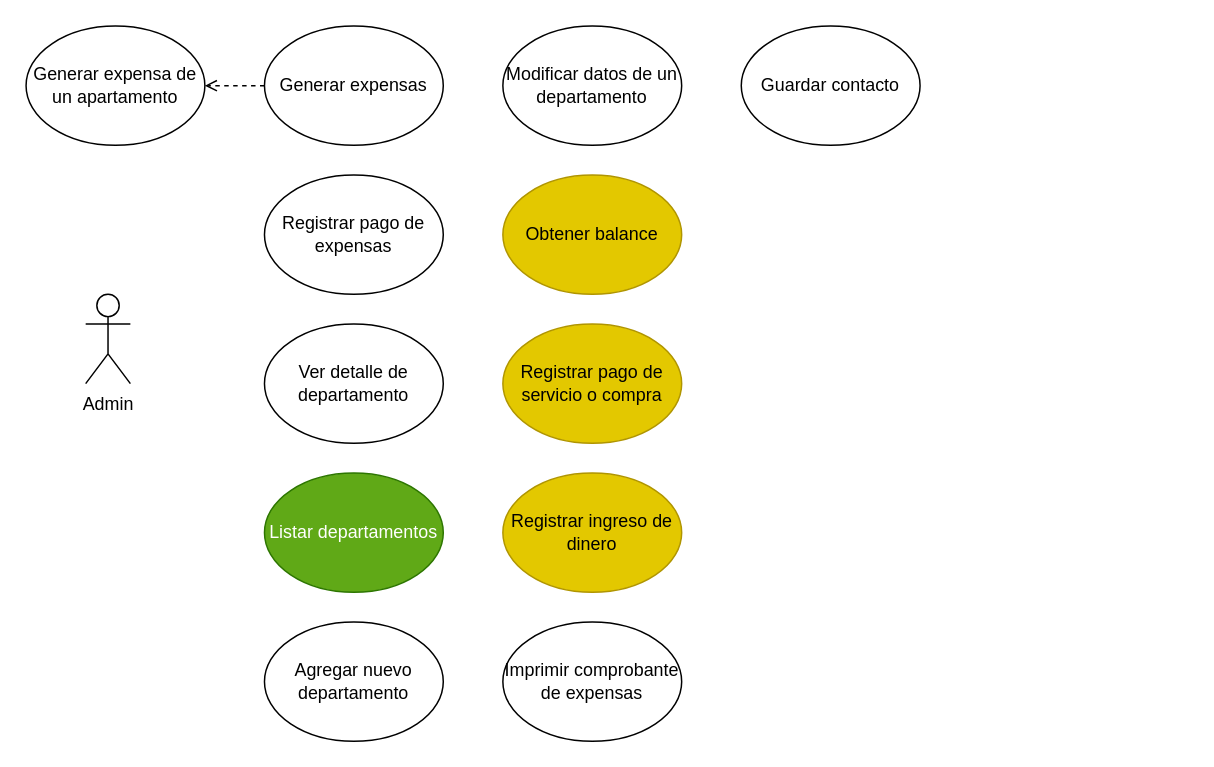
The draw.io diagram docs/usecases.drawio in elmiguedev/expensoides, before the edit. Source tidied: cells renumbered, new cells numbered last; positions are measured from the earlier drawing's top-left corner, leaving out a move shared by most shapes. Both pictures are drawn from the tidied source at 149%, with x=0, y=0 at pixel (25, 25).
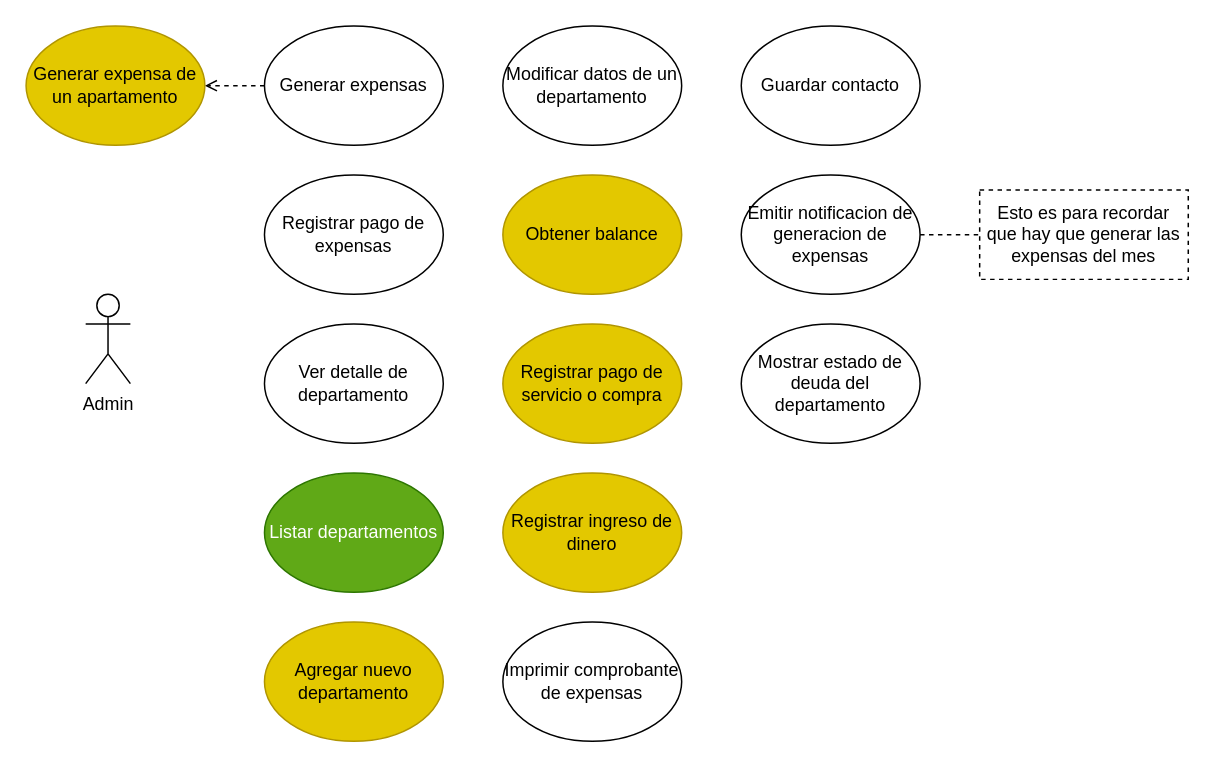
The same diagram, later.

Change to the diagram source:
```diff
@@
-    <mxCell id="8" value="Agregar nuevo departamento" style="ellipse;whiteSpace=wrap;html=1;" parent="1" vertex="1">
+    <mxCell id="8" value="Agregar nuevo departamento" style="ellipse;whiteSpace=wrap;html=1;fillColor=#e3c800;fontColor=#000000;strokeColor=#B09500;" parent="1" vertex="1">
       <mxGeometry x="160" y="400" width="120" height="80" as="geometry" />
     </mxCell>
@@
-    <mxCell id="15" value="Generar expensa de un apartamento" style="ellipse;whiteSpace=wrap;html=1;" parent="1" vertex="1">
+    <mxCell id="15" value="Generar expensa de un apartamento" style="ellipse;whiteSpace=wrap;html=1;fillColor=#e3c800;fontColor=#000000;strokeColor=#B09500;" parent="1" vertex="1">
       <mxGeometry width="120" height="80" as="geometry" />
     </mxCell>
+    <mxCell id="16" style="edgeStyle=none;html=1;entryX=0;entryY=0.5;entryDx=0;entryDy=0;dashed=1;strokeColor=none;" parent="1" edge="1" source="18" target="19">
+      <mxGeometry relative="1" as="geometry" />
+    </mxCell>
+    <mxCell id="17" style="edgeStyle=none;html=1;entryX=0;entryY=0.5;entryDx=0;entryDy=0;dashed=1;endArrow=none;endFill=0;" parent="1" edge="1" source="18" target="19">
+      <mxGeometry relative="1" as="geometry" />
+    </mxCell>
+    <mxCell id="18" value="Emitir notificacion de generacion de expensas" style="ellipse;whiteSpace=wrap;html=1;" parent="1" vertex="1">
+      <mxGeometry x="480" y="100" width="120" height="80" as="geometry" />
+    </mxCell>
+    <mxCell id="19" value="Esto es para recordar que hay que generar las expensas del mes" style="rounded=0;whiteSpace=wrap;html=1;dashed=1;" parent="1" vertex="1">
+      <mxGeometry x="640" y="110" width="140" height="60" as="geometry" />
+    </mxCell>
+    <mxCell id="20" value="Mostrar estado de deuda del departamento" style="ellipse;whiteSpace=wrap;html=1;" parent="1" vertex="1">
+      <mxGeometry x="480" y="200" width="120" height="80" as="geometry" />
+    </mxCell>
```
